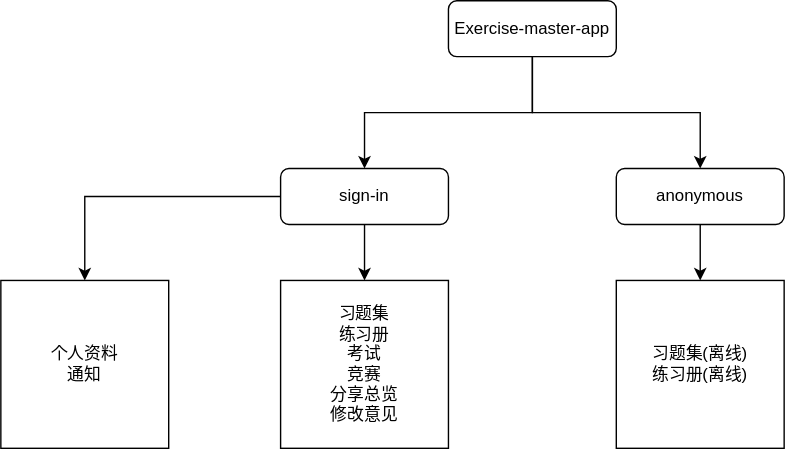
gaorock530/brainstorm keeps this draw.io diagram as exercise-master-app.svg. Above is the earlier version. Source tidied: cells renumbered, new cells last; positions are measured from the earlier drawing's top-left corner, leaving out a move shared by most shapes.
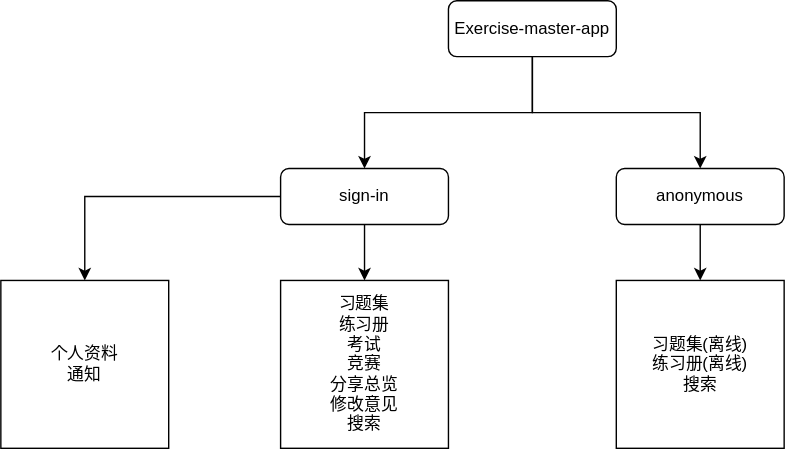
The same diagram one commit later.

Diff of the diagram source:
```diff
@@ -26,10 +26,10 @@
     <mxCell id="9" value="anonymous" style="rounded=1;whiteSpace=wrap;html=1;" parent="1" vertex="1">
       <mxGeometry x="440" y="120" width="120" height="40" as="geometry" />
     </mxCell>
-    <mxCell id="10" value="习题集&lt;br&gt;练习册&lt;br&gt;考试&lt;br&gt;竞赛&lt;br&gt;分享总览&lt;br&gt;修改意见" style="whiteSpace=wrap;html=1;" parent="1" vertex="1">
+    <mxCell id="10" value="习题集&lt;br&gt;练习册&lt;br&gt;考试&lt;br&gt;竞赛&lt;br&gt;分享总览&lt;br&gt;修改意见&lt;br&gt;搜索" style="whiteSpace=wrap;html=1;" parent="1" vertex="1">
       <mxGeometry x="200" y="200" width="120" height="120" as="geometry" />
     </mxCell>
-    <mxCell id="11" value="习题集(离线)&lt;br&gt;练习册(离线)" style="whiteSpace=wrap;html=1;" parent="1" vertex="1">
+    <mxCell id="11" value="习题集(离线)&lt;br&gt;练习册(离线)&lt;br&gt;搜索" style="whiteSpace=wrap;html=1;" parent="1" vertex="1">
       <mxGeometry x="440" y="200" width="120" height="120" as="geometry" />
     </mxCell>
     <mxCell id="12" value="个人资料&lt;br&gt;通知" style="whiteSpace=wrap;html=1;" parent="1" vertex="1">
```
